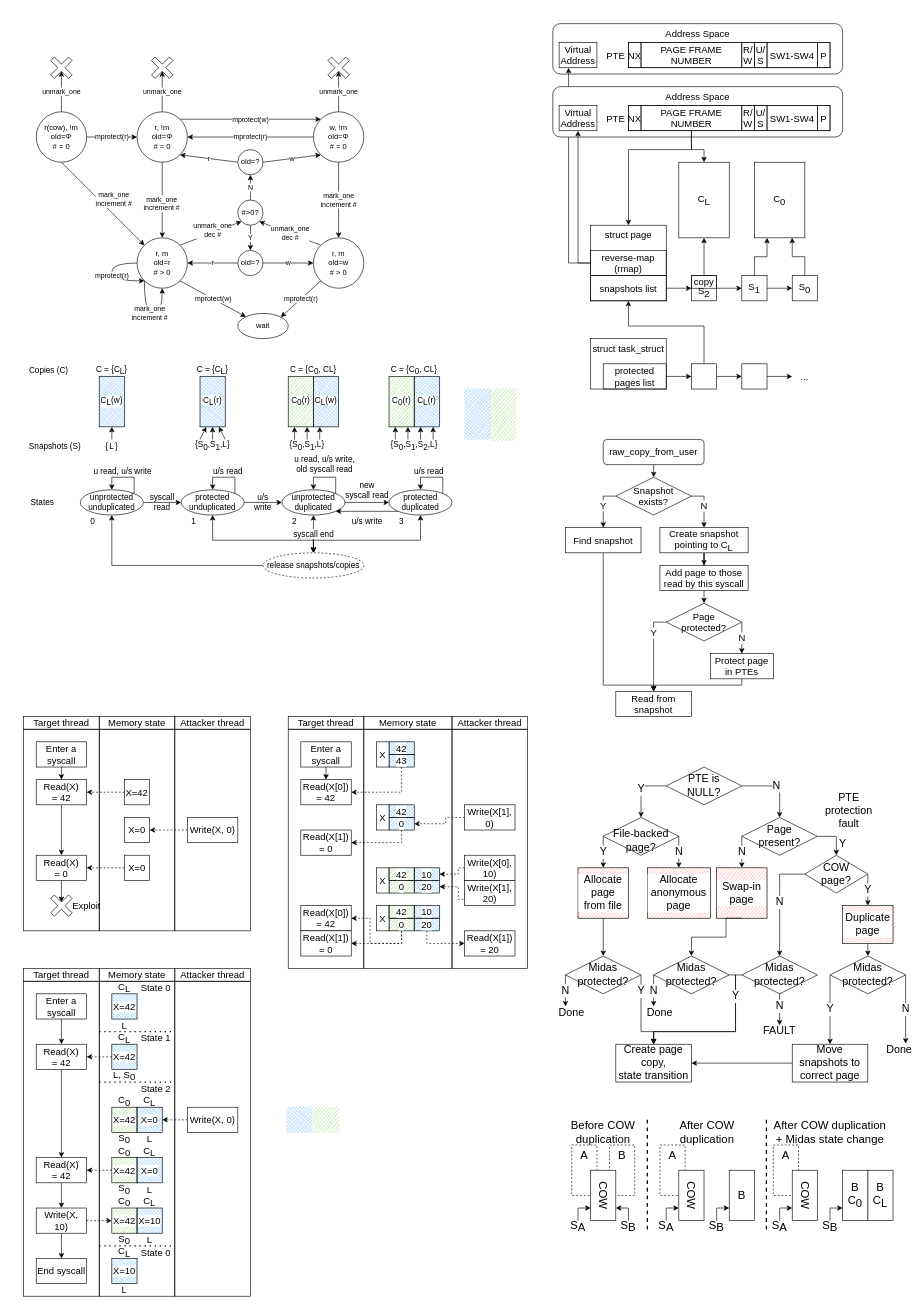
The draw.io diagram img/midas.drawio in atrib/midas-paper, before the edit. Source tidied: cells renumbered, new cells numbered last; positions are measured from the earlier drawing's top-left corner, leaving out a move shared by most shapes. Both pictures are drawn from the tidied source at 63%, with x=0, y=0 at pixel (23, 11).
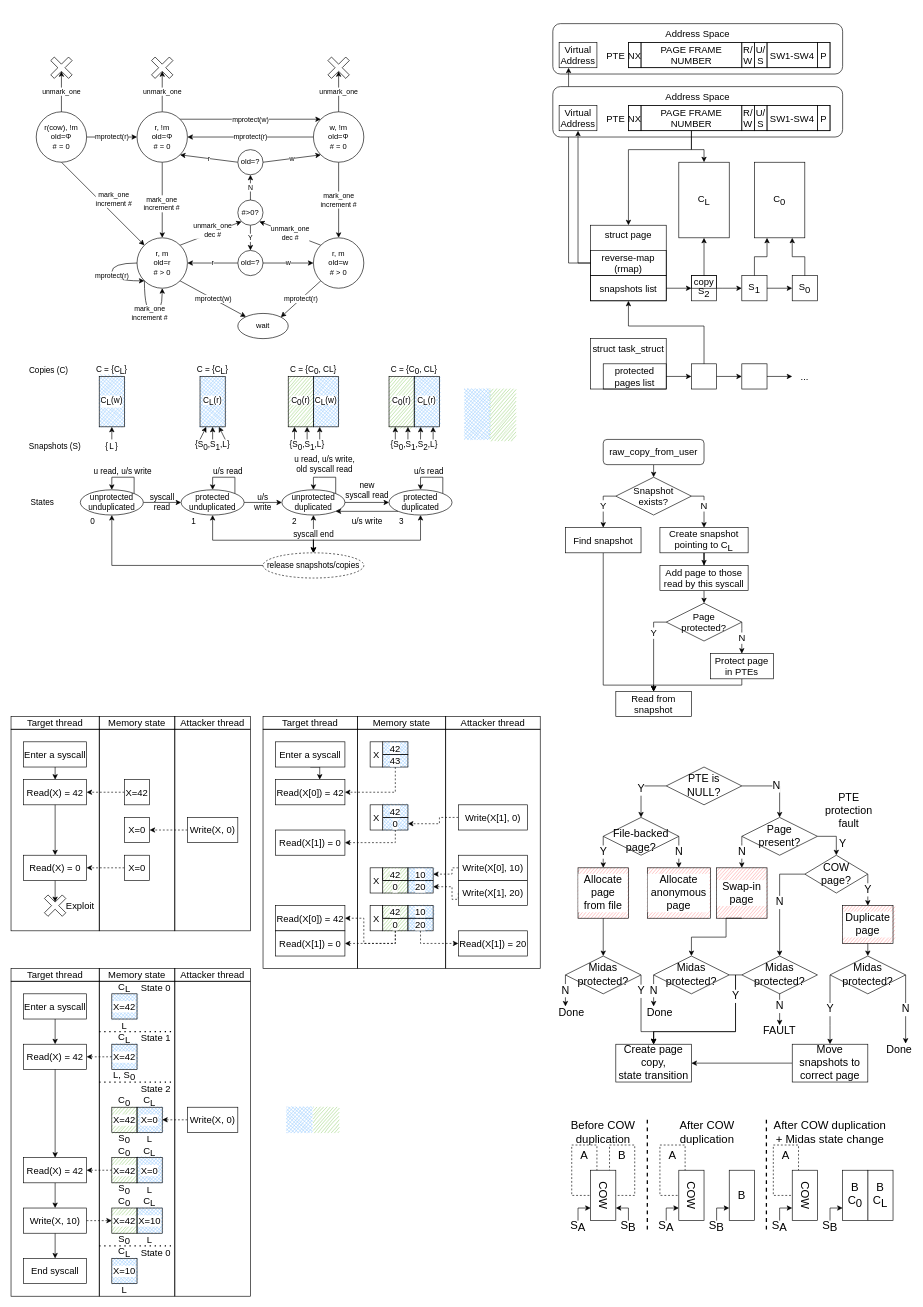
Above is the later version.

Change to the diagram source:
```diff
@@
     <mxCell id="3" style="rounded=0;whiteSpace=wrap;html=1;labelBackgroundColor=#ffffff;sketch=1;strokeColor=none;fillStyle=hachure;fillColor=#97D077;fontSize=15;" parent="1" vertex="1">
-      <mxGeometry x="580" y="1360" width="40" height="20" as="geometry" />
+      <mxGeometry x="570" y="1360" width="40" height="20" as="geometry" />
     </mxCell>
     <mxCell id="4" style="rounded=0;whiteSpace=wrap;html=1;labelBackgroundColor=#ffffff;sketch=1;strokeColor=none;fillStyle=hachure;fillColor=#97D077;fontSize=15;" parent="1" vertex="1">
-      <mxGeometry x="580" y="1420" width="40" height="20" as="geometry" />
+      <mxGeometry x="570" y="1420" width="40" height="20" as="geometry" />
     </mxCell>
     <mxCell id="5" style="rounded=0;whiteSpace=wrap;html=1;fillColor=none;fontSize=15;" parent="1" vertex="1">
-      <mxGeometry x="540" y="1140" width="140" height="380" as="geometry" />
+      <mxGeometry x="530" y="1140" width="140" height="380" as="geometry" />
     </mxCell>
     <mxCell id="6" style="rounded=0;whiteSpace=wrap;html=1;labelBackgroundColor=#ffffff;sketch=1;strokeColor=none;fillStyle=hachure;fillColor=#97D077;fontSize=15;" parent="1" vertex="1">
-      <mxGeometry x="580" y="1380" width="40" height="20" as="geometry" />
+      <mxGeometry x="570" y="1380" width="40" height="20" as="geometry" />
     </mxCell>
     <mxCell id="7" style="rounded=0;whiteSpace=wrap;html=1;labelBackgroundColor=#ffffff;sketch=1;strokeColor=none;fillStyle=cross-hatch;fillColor=#99CCFF;fontSize=15;" parent="1" vertex="1">
-      <mxGeometry x="620" y="1360" width="40" height="20" as="geometry" />
+      <mxGeometry x="610" y="1360" width="40" height="20" as="geometry" />
     </mxCell>
     <mxCell id="8" style="rounded=0;whiteSpace=wrap;html=1;labelBackgroundColor=#ffffff;sketch=1;strokeColor=none;fillStyle=cross-hatch;fillColor=#99CCFF;fontSize=15;" parent="1" vertex="1">
-      <mxGeometry x="580" y="1160" width="40" height="40" as="geometry" />
+      <mxGeometry x="570" y="1160" width="40" height="40" as="geometry" />
     </mxCell>
     <mxCell id="9" style="rounded=0;whiteSpace=wrap;html=1;labelBackgroundColor=#ffffff;sketch=1;strokeColor=none;fillStyle=cross-hatch;fillColor=#99CCFF;fontSize=15;" parent="1" vertex="1">
-      <mxGeometry x="580" y="1260" width="40" height="40" as="geometry" />
+      <mxGeometry x="570" y="1260" width="40" height="40" as="geometry" />
     </mxCell>
@@
     <mxCell id="26" style="rounded=0;whiteSpace=wrap;html=1;fillColor=none;fontSize=15;" parent="1" vertex="1">
-      <mxGeometry y="1540" width="120" height="500" as="geometry" />
+      <mxGeometry x="-20" y="1540" width="140" height="500" as="geometry" />
     </mxCell>
@@
     <mxCell id="114" value="Enter a syscall" style="rounded=0;whiteSpace=wrap;html=1;fontSize=15;" parent="1" vertex="1">
-      <mxGeometry x="20" y="1560" width="80" height="40" as="geometry" />
+      <mxGeometry y="1560" width="100" height="40" as="geometry" />
     </mxCell>
-    <mxCell id="115" value="&lt;div&gt;Read(X) &lt;br&gt;&lt;/div&gt;&lt;div&gt;= 42&lt;/div&gt;" style="rounded=0;whiteSpace=wrap;html=1;fontSize=15;" parent="1" vertex="1">
-      <mxGeometry x="20" y="1640" width="80" height="40" as="geometry" />
+    <mxCell id="115" value="&lt;div&gt;Read(X) = 42&lt;/div&gt;" style="rounded=0;whiteSpace=wrap;html=1;fontSize=15;" parent="1" vertex="1">
+      <mxGeometry y="1640" width="100" height="40" as="geometry" />
     </mxCell>
@@
-    <mxCell id="118" value="&lt;div&gt;Read(X) &lt;br&gt;&lt;/div&gt;&lt;div&gt;= 42&lt;/div&gt;" style="rounded=0;whiteSpace=wrap;html=1;fontSize=15;" parent="1" vertex="1">
-      <mxGeometry x="20" y="1820" width="80" height="40" as="geometry" />
+    <mxCell id="118" value="&lt;div&gt;Read(X) = 42&lt;/div&gt;" style="rounded=0;whiteSpace=wrap;html=1;fontSize=15;" parent="1" vertex="1">
+      <mxGeometry y="1820" width="100" height="40" as="geometry" />
     </mxCell>
@@
     <mxCell id="143" value="Write(X, 10)" style="rounded=0;whiteSpace=wrap;html=1;fontSize=15;" parent="1" vertex="1">
-      <mxGeometry x="20" y="1900" width="80" height="40" as="geometry" />
+      <mxGeometry y="1900" width="100" height="40" as="geometry" />
     </mxCell>
@@
     <mxCell id="149" value="End syscall" style="rounded=0;whiteSpace=wrap;html=1;fontSize=15;" parent="1" vertex="1">
-      <mxGeometry x="20" y="1980" width="80" height="40" as="geometry" />
+      <mxGeometry y="1980" width="100" height="40" as="geometry" />
     </mxCell>
@@
     <mxCell id="153" value="Target thread" style="rounded=0;whiteSpace=wrap;html=1;fillColor=none;fontSize=15;" parent="1" vertex="1">
-      <mxGeometry y="1520" width="120" height="20" as="geometry" />
+      <mxGeometry x="-20" y="1520" width="140" height="20" as="geometry" />
     </mxCell>
@@
     <mxCell id="156" value="Target thread" style="rounded=0;whiteSpace=wrap;html=1;fillColor=none;fontSize=15;" parent="1" vertex="1">
-      <mxGeometry y="1120" width="120" height="20" as="geometry" />
+      <mxGeometry x="-20" y="1120" width="140" height="20" as="geometry" />
     </mxCell>
@@
     <mxCell id="159" style="rounded=0;whiteSpace=wrap;html=1;fillColor=none;fontSize=15;" parent="1" vertex="1">
-      <mxGeometry y="1140" width="120" height="320" as="geometry" />
+      <mxGeometry x="-20" y="1140" width="140" height="320" as="geometry" />
     </mxCell>
@@
     <mxCell id="162" value="Enter a syscall" style="rounded=0;whiteSpace=wrap;html=1;fontSize=15;" parent="1" vertex="1">
-      <mxGeometry x="20" y="1160" width="80" height="40" as="geometry" />
+      <mxGeometry y="1160" width="100" height="40" as="geometry" />
     </mxCell>
@@
-    <mxCell id="164" value="&lt;div style=&quot;font-size: 15px;&quot;&gt;Read(X) &lt;br style=&quot;font-size: 15px;&quot;&gt;&lt;/div&gt;&lt;div style=&quot;font-size: 15px;&quot;&gt;= 42&lt;/div&gt;" style="rounded=0;whiteSpace=wrap;html=1;fontSize=15;" parent="1" vertex="1">
-      <mxGeometry x="20" y="1220" width="80" height="40" as="geometry" />
+    <mxCell id="164" value="&lt;div style=&quot;font-size: 15px&quot;&gt;Read(X) = 42&lt;/div&gt;" style="rounded=0;whiteSpace=wrap;html=1;fontSize=15;" parent="1" vertex="1">
+      <mxGeometry y="1220" width="100" height="40" as="geometry" />
     </mxCell>
@@
-    <mxCell id="166" style="edgeStyle=orthogonalEdgeStyle;rounded=0;jettySize=auto;html=1;exitX=0.5;exitY=1;exitDx=0;exitDy=0;entryX=0;entryY=0;entryDx=16;entryDy=16;entryPerimeter=0;fontSize=15;" parent="1" edge="1" source="167" target="173">
+    <mxCell id="166" style="edgeStyle=orthogonalEdgeStyle;rounded=0;jettySize=auto;html=1;exitX=0.5;exitY=1;exitDx=0;exitDy=0;entryX=0;entryY=0;entryDx=16;entryDy=24;entryPerimeter=0;fontSize=15;" parent="1" edge="1" source="167" target="173">
       <mxGeometry relative="1" as="geometry" />
     </mxCell>
-    <mxCell id="167" value="&lt;div style=&quot;font-size: 15px;&quot;&gt;Read(X) &lt;br style=&quot;font-size: 15px;&quot;&gt;&lt;/div&gt;&lt;div style=&quot;font-size: 15px;&quot;&gt;= 0&lt;/div&gt;" style="rounded=0;whiteSpace=wrap;html=1;fontSize=15;" parent="1" vertex="1">
-      <mxGeometry x="20" y="1340" width="80" height="40" as="geometry" />
+    <mxCell id="167" value="&lt;div style=&quot;font-size: 15px&quot;&gt;Read(X) = 0&lt;/div&gt;" style="rounded=0;whiteSpace=wrap;html=1;fontSize=15;" parent="1" vertex="1">
+      <mxGeometry y="1340" width="100" height="40" as="geometry" />
     </mxCell>
@@
-    <mxCell id="173" style="shape=cross;whiteSpace=wrap;html=1;rotation=45;fontSize=15;" parent="1" vertex="1">
-      <mxGeometry x="40" y="1400" width="40" height="40" as="geometry" />
+    <mxCell id="173" style="shape=cross;whiteSpace=wrap;html=1;rotation=45;fontSize=15;direction=south;" parent="1" vertex="1">
+      <mxGeometry x="30" y="1400" width="40" height="40" as="geometry" />
     </mxCell>
     <mxCell id="174" value="Exploit" style="text;html=1;strokeColor=none;fillColor=none;align=center;verticalAlign=middle;whiteSpace=wrap;rounded=0;fontSize=15;" parent="1" vertex="1">
-      <mxGeometry x="80" y="1410" width="40" height="20" as="geometry" />
+      <mxGeometry x="70" y="1410" width="40" height="20" as="geometry" />
     </mxCell>
@@
     <mxCell id="309" style="rounded=0;whiteSpace=wrap;html=1;fillColor=none;fontSize=15;" parent="1" vertex="1">
-      <mxGeometry x="420" y="1140" width="120" height="380" as="geometry" />
+      <mxGeometry x="380" y="1140" width="150" height="380" as="geometry" />
     </mxCell>
     <mxCell id="310" style="rounded=0;whiteSpace=wrap;html=1;fillColor=none;fontSize=15;" parent="1" vertex="1">
-      <mxGeometry x="680" y="1140" width="120" height="380" as="geometry" />
+      <mxGeometry x="670" y="1140" width="150" height="380" as="geometry" />
     </mxCell>
     <mxCell id="311" value="Target thread" style="rounded=0;whiteSpace=wrap;html=1;fillColor=none;fontSize=15;" parent="1" vertex="1">
-      <mxGeometry x="420" y="1120" width="120" height="20" as="geometry" />
+      <mxGeometry x="380" y="1120" width="150" height="20" as="geometry" />
     </mxCell>
     <mxCell id="312" value="Attacker thread" style="rounded=0;whiteSpace=wrap;html=1;fillColor=none;fontSize=15;" parent="1" vertex="1">
-      <mxGeometry x="680" y="1120" width="120" height="20" as="geometry" />
+      <mxGeometry x="670" y="1120" width="150" height="20" as="geometry" />
     </mxCell>
     <mxCell id="313" value="Memory state" style="rounded=0;whiteSpace=wrap;html=1;fillColor=none;fontSize=15;" parent="1" vertex="1">
-      <mxGeometry x="540" y="1120" width="140" height="20" as="geometry" />
+      <mxGeometry x="530" y="1120" width="140" height="20" as="geometry" />
     </mxCell>
     <mxCell id="314" style="edgeStyle=orthogonalEdgeStyle;rounded=0;jettySize=auto;html=1;exitX=0.5;exitY=1;exitDx=0;exitDy=0;entryX=0.5;entryY=0;entryDx=0;entryDy=0;fontSize=15;" parent="1" edge="1" source="315">
       <mxGeometry relative="1" as="geometry">
-        <mxPoint x="480" y="1220" as="targetPoint" />
+        <mxPoint x="470" y="1220" as="targetPoint" />
       </mxGeometry>
     </mxCell>
     <mxCell id="315" value="Enter a syscall" style="rounded=0;whiteSpace=wrap;html=1;fontSize=15;" parent="1" vertex="1">
-      <mxGeometry x="440" y="1160" width="80" height="40" as="geometry" />
+      <mxGeometry x="400" y="1160" width="110" height="40" as="geometry" />
     </mxCell>
     <mxCell id="316" value="42" style="rounded=0;whiteSpace=wrap;html=1;fillColor=none;labelBackgroundColor=default;fontSize=15;" parent="1" vertex="1">
-      <mxGeometry x="580" y="1160" width="40" height="20" as="geometry" />
+      <mxGeometry x="570" y="1160" width="40" height="20" as="geometry" />
     </mxCell>
     <mxCell id="317" value="43" style="rounded=0;whiteSpace=wrap;html=1;fillColor=none;labelBackgroundColor=default;fontSize=15;" parent="1" vertex="1">
-      <mxGeometry x="580" y="1180" width="40" height="20" as="geometry" />
+      <mxGeometry x="570" y="1180" width="40" height="20" as="geometry" />
     </mxCell>
     <mxCell id="318" value="X" style="rounded=0;whiteSpace=wrap;html=1;fontSize=15;" parent="1" vertex="1">
-      <mxGeometry x="560" y="1160" width="20" height="40" as="geometry" />
+      <mxGeometry x="550" y="1160" width="20" height="40" as="geometry" />
     </mxCell>
-    <mxCell id="319" value="&lt;div style=&quot;font-size: 15px;&quot;&gt;Read(X[0])&lt;/div&gt;&lt;div style=&quot;font-size: 15px;&quot;&gt;= 42&lt;br style=&quot;font-size: 15px;&quot;&gt;&lt;/div&gt;" style="rounded=0;whiteSpace=wrap;html=1;fontSize=15;" parent="1" vertex="1">
-      <mxGeometry x="440" y="1220" width="80" height="40" as="geometry" />
+    <mxCell id="319" value="&lt;div style=&quot;font-size: 15px&quot;&gt;Read(X[0]) = 42&lt;br style=&quot;font-size: 15px&quot;&gt;&lt;/div&gt;" style="rounded=0;whiteSpace=wrap;html=1;fontSize=15;" parent="1" vertex="1">
+      <mxGeometry x="400" y="1220" width="110" height="40" as="geometry" />
     </mxCell>
-    <mxCell id="320" value="&lt;div style=&quot;font-size: 15px;&quot;&gt;Read(X[1])&lt;/div&gt;&lt;div style=&quot;font-size: 15px;&quot;&gt;= 0&lt;br style=&quot;font-size: 15px;&quot;&gt;&lt;/div&gt;" style="rounded=0;whiteSpace=wrap;html=1;fontSize=15;" parent="1" vertex="1">
-      <mxGeometry x="440" y="1300" width="80" height="40" as="geometry" />
+    <mxCell id="320" value="&lt;div style=&quot;font-size: 15px&quot;&gt;Read(X[1]) = 0&lt;br style=&quot;font-size: 15px&quot;&gt;&lt;/div&gt;" style="rounded=0;whiteSpace=wrap;html=1;fontSize=15;" parent="1" vertex="1">
+      <mxGeometry x="400" y="1300" width="110" height="40" as="geometry" />
     </mxCell>
     <mxCell id="321" value="0" style="rounded=0;whiteSpace=wrap;html=1;fillColor=none;labelBackgroundColor=default;fontSize=15;" parent="1" vertex="1">
-      <mxGeometry x="580" y="1280" width="40" height="20" as="geometry" />
+      <mxGeometry x="570" y="1280" width="40" height="20" as="geometry" />
     </mxCell>
     <mxCell id="322" value="42" style="rounded=0;whiteSpace=wrap;html=1;fillColor=none;labelBackgroundColor=default;fontSize=15;" parent="1" vertex="1">
-      <mxGeometry x="580" y="1260" width="40" height="20" as="geometry" />
+      <mxGeometry x="570" y="1260" width="40" height="20" as="geometry" />
     </mxCell>
     <mxCell id="323" style="rounded=0;jettySize=auto;html=1;exitX=0.5;exitY=1;exitDx=0;exitDy=0;entryX=1;entryY=0.5;entryDx=0;entryDy=0;edgeStyle=orthogonalEdgeStyle;fontSize=15;dashed=1;" parent="1" edge="1" source="317" target="319">
       <mxGeometry relative="1" as="geometry">
         <Array as="points">
-          <mxPoint x="600" y="1240" />
+          <mxPoint x="590" y="1240" />
         </Array>
       </mxGeometry>
     </mxCell>
     <mxCell id="324" value="X" style="rounded=0;whiteSpace=wrap;html=1;fontSize=15;" parent="1" vertex="1">
-      <mxGeometry x="560" y="1260" width="20" height="40" as="geometry" />
+      <mxGeometry x="550" y="1260" width="20" height="40" as="geometry" />
     </mxCell>
     <mxCell id="325" style="edgeStyle=orthogonalEdgeStyle;rounded=0;jettySize=auto;html=1;exitX=0;exitY=0.5;exitDx=0;exitDy=0;entryX=1;entryY=0.5;entryDx=0;entryDy=0;fontSize=15;dashed=1;" parent="1" edge="1" source="326" target="321">
       <mxGeometry relative="1" as="geometry">
         <Array as="points">
-          <mxPoint x="670" y="1280" />
-          <mxPoint x="670" y="1290" />
+          <mxPoint x="660" y="1280" />
+          <mxPoint x="660" y="1290" />
         </Array>
       </mxGeometry>
     </mxCell>
     <mxCell id="326" value="Write(X[1], 0)" style="rounded=0;whiteSpace=wrap;html=1;fontSize=15;" parent="1" vertex="1">
-      <mxGeometry x="700" y="1260" width="80" height="40" as="geometry" />
+      <mxGeometry x="690" y="1260" width="110" height="40" as="geometry" />
     </mxCell>
@@
     <mxCell id="330" value="10" style="rounded=0;whiteSpace=wrap;html=1;fillColor=none;labelBackgroundColor=default;fontSize=15;" parent="1" vertex="1">
-      <mxGeometry x="620" y="1360" width="40" height="20" as="geometry" />
+      <mxGeometry x="610" y="1360" width="40" height="20" as="geometry" />
     </mxCell>
@@
     <mxCell id="333" value="&lt;div style=&quot;font-size: 15px;&quot;&gt;0&lt;/div&gt;" style="rounded=0;whiteSpace=wrap;html=1;fillColor=none;labelBackgroundColor=default;fontSize=15;" parent="1" vertex="1">
-      <mxGeometry x="580" y="1380" width="40" height="20" as="geometry" />
+      <mxGeometry x="570" y="1380" width="40" height="20" as="geometry" />
     </mxCell>
     <mxCell id="334" value="X" style="rounded=0;whiteSpace=wrap;html=1;fontSize=15;" parent="1" vertex="1">
-      <mxGeometry x="560" y="1360" width="20" height="40" as="geometry" />
+      <mxGeometry x="550" y="1360" width="20" height="40" as="geometry" />
     </mxCell>
     <mxCell id="335" style="edgeStyle=orthogonalEdgeStyle;rounded=0;jettySize=auto;html=1;exitX=0;exitY=0.5;exitDx=0;exitDy=0;entryX=1;entryY=0.5;entryDx=0;entryDy=0;fontSize=15;dashed=1;" parent="1" edge="1" source="336" target="338">
       <mxGeometry relative="1" as="geometry">
         <Array as="points">
-          <mxPoint x="700" y="1410" />
           <mxPoint x="690" y="1410" />
-          <mxPoint x="690" y="1390" />
+          <mxPoint x="680" y="1410" />
+          <mxPoint x="680" y="1390" />
         </Array>
       </mxGeometry>
     </mxCell>
     <mxCell id="336" value="Write(X[1], 20)" style="rounded=0;whiteSpace=wrap;html=1;fontSize=15;" parent="1" vertex="1">
-      <mxGeometry x="700" y="1380" width="80" height="40" as="geometry" />
+      <mxGeometry x="690" y="1380" width="110" height="40" as="geometry" />
     </mxCell>
     <mxCell id="337" style="rounded=0;whiteSpace=wrap;html=1;labelBackgroundColor=#ffffff;sketch=1;strokeColor=none;fillStyle=cross-hatch;fillColor=#99CCFF;fontSize=15;" parent="1" vertex="1">
-      <mxGeometry x="620" y="1380" width="40" height="20" as="geometry" />
+      <mxGeometry x="610" y="1380" width="40" height="20" as="geometry" />
     </mxCell>
     <mxCell id="338" value="20" style="rounded=0;whiteSpace=wrap;html=1;fillColor=none;labelBackgroundColor=default;fontSize=15;" parent="1" vertex="1">
-      <mxGeometry x="620" y="1380" width="40" height="20" as="geometry" />
+      <mxGeometry x="610" y="1380" width="40" height="20" as="geometry" />
     </mxCell>
-    <mxCell id="339" value="&lt;div style=&quot;font-size: 15px;&quot;&gt;Read(X[0])&lt;/div&gt;&lt;div style=&quot;font-size: 15px;&quot;&gt;= 42&lt;br style=&quot;font-size: 15px;&quot;&gt;&lt;/div&gt;" style="rounded=0;whiteSpace=wrap;html=1;fontSize=15;" parent="1" vertex="1">
-      <mxGeometry x="440" y="1420" width="80" height="40" as="geometry" />
+    <mxCell id="339" value="&lt;div style=&quot;font-size: 15px&quot;&gt;Read(X[0]) = 42&lt;br style=&quot;font-size: 15px&quot;&gt;&lt;/div&gt;" style="rounded=0;whiteSpace=wrap;html=1;fontSize=15;" parent="1" vertex="1">
+      <mxGeometry x="400" y="1420" width="110" height="40" as="geometry" />
     </mxCell>
-    <mxCell id="340" value="&lt;div style=&quot;font-size: 15px;&quot;&gt;Read(X[1])&lt;/div&gt;&lt;div style=&quot;font-size: 15px;&quot;&gt;= 0&lt;br style=&quot;font-size: 15px;&quot;&gt;&lt;/div&gt;" style="rounded=0;whiteSpace=wrap;html=1;fontSize=15;" parent="1" vertex="1">
-      <mxGeometry x="440" y="1460" width="80" height="40" as="geometry" />
+    <mxCell id="340" value="&lt;div style=&quot;font-size: 15px&quot;&gt;Read(X[1]) = 0&lt;br style=&quot;font-size: 15px&quot;&gt;&lt;/div&gt;" style="rounded=0;whiteSpace=wrap;html=1;fontSize=15;" parent="1" vertex="1">
+      <mxGeometry x="400" y="1460" width="110" height="40" as="geometry" />
     </mxCell>
     <mxCell id="341" style="rounded=0;whiteSpace=wrap;html=1;labelBackgroundColor=#ffffff;sketch=1;strokeColor=none;fillStyle=hachure;fillColor=#97D077;fontSize=15;" parent="1" vertex="1">
-      <mxGeometry x="580" y="1440" width="40" height="20" as="geometry" />
+      <mxGeometry x="570" y="1440" width="40" height="20" as="geometry" />
     </mxCell>
     <mxCell id="342" style="rounded=0;whiteSpace=wrap;html=1;labelBackgroundColor=#ffffff;sketch=1;strokeColor=none;fillStyle=cross-hatch;fillColor=#99CCFF;fontSize=15;" parent="1" vertex="1">
-      <mxGeometry x="620" y="1420" width="40" height="20" as="geometry" />
+      <mxGeometry x="610" y="1420" width="40" height="20" as="geometry" />
     </mxCell>
     <mxCell id="343" value="10" style="rounded=0;whiteSpace=wrap;html=1;fillColor=none;labelBackgroundColor=default;fontSize=15;" parent="1" vertex="1">
-      <mxGeometry x="620" y="1420" width="40" height="20" as="geometry" />
+      <mxGeometry x="610" y="1420" width="40" height="20" as="geometry" />
     </mxCell>
     <mxCell id="344" value="&lt;div style=&quot;font-size: 15px;&quot;&gt;0&lt;/div&gt;" style="rounded=0;whiteSpace=wrap;html=1;fillColor=none;labelBackgroundColor=default;fontSize=15;" parent="1" vertex="1">
-      <mxGeometry x="580" y="1440" width="40" height="20" as="geometry" />
+      <mxGeometry x="570" y="1440" width="40" height="20" as="geometry" />
     </mxCell>
     <mxCell id="345" value="X" style="rounded=0;whiteSpace=wrap;html=1;fontSize=15;" parent="1" vertex="1">
-      <mxGeometry x="560" y="1420" width="20" height="40" as="geometry" />
+      <mxGeometry x="550" y="1420" width="20" height="40" as="geometry" />
     </mxCell>
     <mxCell id="346" style="rounded=0;whiteSpace=wrap;html=1;labelBackgroundColor=#ffffff;sketch=1;strokeColor=none;fillStyle=cross-hatch;fillColor=#99CCFF;fontSize=15;" parent="1" vertex="1">
-      <mxGeometry x="620" y="1440" width="40" height="20" as="geometry" />
+      <mxGeometry x="610" y="1440" width="40" height="20" as="geometry" />
     </mxCell>
@@
     <mxCell id="348" value="20" style="rounded=0;whiteSpace=wrap;html=1;fillColor=none;labelBackgroundColor=default;fontSize=15;" parent="1" vertex="1">
-      <mxGeometry x="620" y="1440" width="40" height="20" as="geometry" />
+      <mxGeometry x="610" y="1440" width="40" height="20" as="geometry" />
     </mxCell>
     <mxCell id="349" value="42" style="rounded=0;whiteSpace=wrap;html=1;fillColor=none;labelBackgroundColor=default;fontSize=15;" parent="1" vertex="1">
-      <mxGeometry x="580" y="1420" width="40" height="20" as="geometry" />
+      <mxGeometry x="570" y="1420" width="40" height="20" as="geometry" />
     </mxCell>
     <mxCell id="350" value="42" style="rounded=0;whiteSpace=wrap;html=1;fillColor=none;labelBackgroundColor=default;fontSize=15;" parent="1" vertex="1">
-      <mxGeometry x="580" y="1360" width="40" height="20" as="geometry" />
+      <mxGeometry x="570" y="1360" width="40" height="20" as="geometry" />
     </mxCell>
     <mxCell id="351" style="edgeStyle=orthogonalEdgeStyle;rounded=0;jettySize=auto;html=1;exitX=0;exitY=0.5;exitDx=0;exitDy=0;entryX=1;entryY=0.5;entryDx=0;entryDy=0;fontSize=15;dashed=1;" parent="1" edge="1" source="352" target="330">
       <mxGeometry relative="1" as="geometry">
         <Array as="points">
-          <mxPoint x="690" y="1360" />
-          <mxPoint x="690" y="1370" />
+          <mxPoint x="680" y="1360" />
+          <mxPoint x="680" y="1370" />
         </Array>
       </mxGeometry>
     </mxCell>
     <mxCell id="352" value="Write(X[0], 10)" style="rounded=0;whiteSpace=wrap;html=1;fontSize=15;" parent="1" vertex="1">
-      <mxGeometry x="700" y="1340" width="80" height="40" as="geometry" />
+      <mxGeometry x="690" y="1340" width="110" height="40" as="geometry" />
     </mxCell>
-    <mxCell id="353" value="&lt;div style=&quot;font-size: 15px;&quot;&gt;Read(X[1])&lt;/div&gt;&lt;div style=&quot;font-size: 15px;&quot;&gt;= 20&lt;/div&gt;" style="rounded=0;whiteSpace=wrap;html=1;fontSize=15;" parent="1" vertex="1">
-      <mxGeometry x="700" y="1460" width="80" height="40" as="geometry" />
+    <mxCell id="353" value="&lt;div style=&quot;font-size: 15px&quot;&gt;Read(X[1]) = 20&lt;/div&gt;" style="rounded=0;whiteSpace=wrap;html=1;fontSize=15;" parent="1" vertex="1">
+      <mxGeometry x="690" y="1460" width="110" height="40" as="geometry" />
     </mxCell>
```
